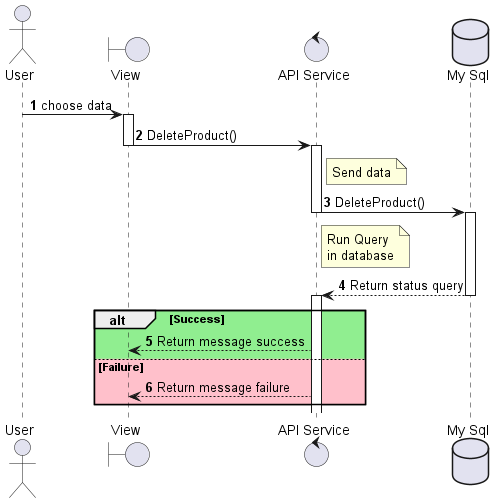
Before: out/sequenceDiagram_Product_delete/sequenceDiagram_Product_delete.png, a diagram exported from PlantUML (Fitranda/Diagram).
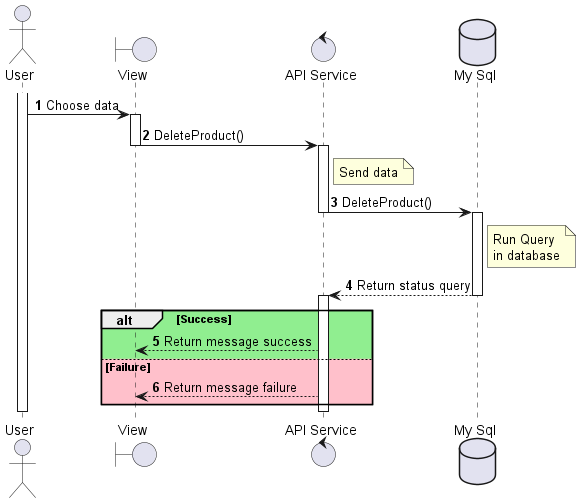
Above is the later version.

What changed in the source:
```diff
@@ -5,15 +5,25 @@
 database "My Sql" as DB
 
 autonumber
-User -> View --++ : choose data
-View -> APIService --++ : DeleteProduct()
+activate User
+User -> View : Choose data
+activate View
+View -> APIService : DeleteProduct()
+deactivate View
+activate APIService
 note right of APIService: Send data
-APIService -> DB --++ : DeleteProduct()
-note right of APIService: Run Query\nin database
-DB --> APIService --++ : Return status query
-alt #LightGreen  Success
-    APIService --> View  : Return message success
+APIService -> DB : DeleteProduct()
+deactivate APIService
+activate DB
+note right of DB: Run Query\nin database
+DB --> APIService : Return status query
+deactivate DB
+activate APIService
+alt #LightGreen Success
+    APIService --> View : Return message success
 else #Pink Failure
-    APIService --> View  : Return message failure
+    APIService --> View : Return message failure
 end
+deactivate User
+deactivate APIService
 @enduml
```
